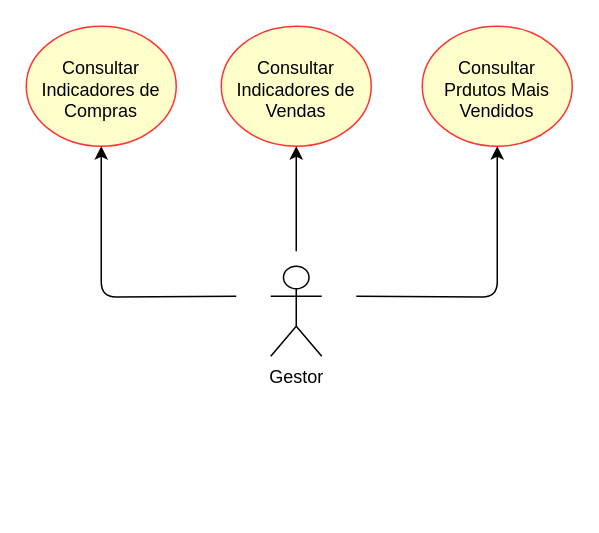
Above: page "Gestor" (5 of 5) of projeto/documentacao/Diagrama de casos de uso.drawio in adjamirgalvao/pucminas (draw.io), before the change. Source tidied: cells renumbered, new cells numbered last; positions are measured from the earlier drawing's top-left corner, leaving out a move shared by most shapes. Both pictures are drawn from the tidied source at 150%, with x=0, y=0 at pixel (26, 26).
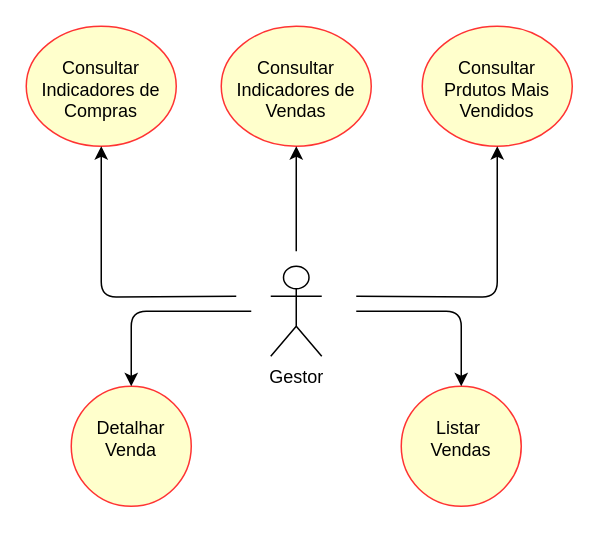
The same diagram, later.

Change to the diagram source:
```diff
@@
 <mxGraphModel>
   <root>
     <mxCell id="0" />
     <mxCell id="1" parent="0" />
     <mxCell id="2" value="&lt;br style=&quot;border-color: var(--border-color);&quot;&gt;Consultar&lt;br style=&quot;border-color: var(--border-color);&quot;&gt;Indicadores de Compras" style="ellipse;whiteSpace=wrap;html=1;verticalAlign=top;fillColor=#FFFFCC;strokeColor=#FF3333;" parent="1" vertex="1">
       <mxGeometry width="100" height="80" as="geometry" />
     </mxCell>
     <mxCell id="3" style="edgeStyle=orthogonalEdgeStyle;rounded=1;jumpStyle=arc;jettySize=auto;html=1;startArrow=none;startFill=0;endArrow=classic;endFill=1;sourcePerimeterSpacing=5;targetPerimeterSpacing=11;entryX=0.5;entryY=1;entryDx=0;entryDy=0;" parent="1" edge="1" target="2">
       <mxGeometry relative="1" as="geometry">
         <mxPoint x="140" y="180" as="sourcePoint" />
       </mxGeometry>
     </mxCell>
     <mxCell id="4" value="Gestor" style="shape=umlActor;verticalLabelPosition=bottom;verticalAlign=top;html=1;" parent="1" vertex="1">
       <mxGeometry x="163" y="160" width="34" height="60" as="geometry" />
     </mxCell>
     <mxCell id="5" value="&lt;br&gt;Consultar&lt;br&gt;Indicadores de Vendas" style="ellipse;whiteSpace=wrap;html=1;verticalAlign=top;fillColor=#ffffcc;strokeColor=#FF3333;" parent="1" vertex="1">
       <mxGeometry x="130" width="100" height="80" as="geometry" />
     </mxCell>
     <mxCell id="6" style="endArrow=classic;html=1;rounded=1;sourcePerimeterSpacing=8;targetPerimeterSpacing=15;jumpStyle=arc;entryX=0.5;entryY=1;entryDx=0;entryDy=0;" parent="1" edge="1" target="5">
       <mxGeometry relative="1" as="geometry">
         <mxPoint x="180" y="150" as="sourcePoint" />
       </mxGeometry>
     </mxCell>
     <mxCell id="7" value="&lt;br style=&quot;border-color: var(--border-color);&quot;&gt;Consultar&lt;br style=&quot;border-color: var(--border-color);&quot;&gt;Prdutos Mais Vendidos" style="ellipse;whiteSpace=wrap;html=1;verticalAlign=top;fillColor=#FFFFCC;strokeColor=#FF3333;" parent="1" vertex="1">
       <mxGeometry x="264" width="100" height="80" as="geometry" />
     </mxCell>
     <mxCell id="8" style="edgeStyle=orthogonalEdgeStyle;rounded=1;jumpStyle=arc;jettySize=auto;html=1;startArrow=none;startFill=0;endArrow=classic;endFill=1;sourcePerimeterSpacing=5;targetPerimeterSpacing=11;entryX=0.5;entryY=1;entryDx=0;entryDy=0;" parent="1" edge="1" target="7">
       <mxGeometry relative="1" as="geometry">
         <mxPoint x="220" y="180" as="sourcePoint" />
       </mxGeometry>
     </mxCell>
+    <mxCell id="9" value="&lt;br&gt;Detalhar&lt;br&gt;Venda" style="ellipse;whiteSpace=wrap;html=1;verticalAlign=top;fillColor=#FFFFCC;strokeColor=#FF3333;" parent="1" vertex="1">
+      <mxGeometry x="30" y="240" width="80" height="80" as="geometry" />
+    </mxCell>
+    <mxCell id="10" value="&lt;br&gt;Listar&amp;nbsp;&lt;br&gt;Vendas" style="ellipse;whiteSpace=wrap;html=1;verticalAlign=top;fillColor=#FFFFCC;strokeColor=#FF3333;" parent="1" vertex="1">
+      <mxGeometry x="250" y="240" width="80" height="80" as="geometry" />
+    </mxCell>
+    <mxCell id="11" style="edgeStyle=orthogonalEdgeStyle;rounded=1;jumpStyle=arc;orthogonalLoop=1;jettySize=auto;html=1;startArrow=none;startFill=0;endArrow=classic;endFill=1;sourcePerimeterSpacing=5;targetPerimeterSpacing=11;" parent="1" edge="1">
+      <mxGeometry relative="1" as="geometry">
+        <mxPoint x="220" y="190" as="sourcePoint" />
+        <mxPoint x="290" y="240" as="targetPoint" />
+        <Array as="points">
+          <mxPoint x="290" y="190" />
+          <mxPoint x="290" y="240" />
+        </Array>
+      </mxGeometry>
+    </mxCell>
+    <mxCell id="12" style="edgeStyle=orthogonalEdgeStyle;rounded=1;jumpStyle=arc;orthogonalLoop=1;jettySize=auto;html=1;startArrow=none;startFill=0;endArrow=classic;endFill=1;sourcePerimeterSpacing=5;targetPerimeterSpacing=11;" parent="1" edge="1">
+      <mxGeometry relative="1" as="geometry">
+        <mxPoint x="150" y="190" as="sourcePoint" />
+        <mxPoint x="70" y="240" as="targetPoint" />
+        <Array as="points">
+          <mxPoint x="70" y="190" />
+          <mxPoint x="70" y="240" />
+        </Array>
+      </mxGeometry>
+    </mxCell>
   </root>
 </mxGraphModel>
```
